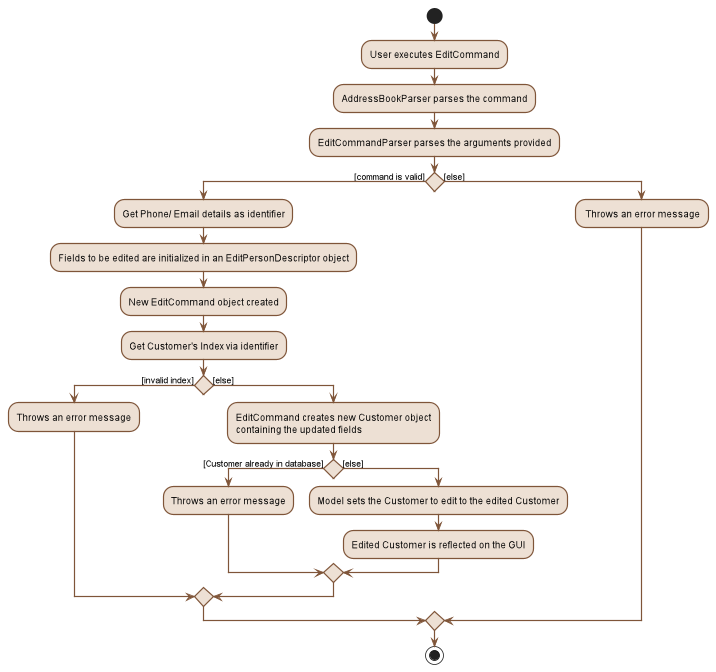
Above: docs/images/EditCommandActivityDiagram.png in nus-cs2103-AY2223S1/tp (PlantUML), before the change. Its diagram source:
```plantuml
@startuml
start
skinparam activityBorderThickness 1.5
skinparam activity {
    BorderColor #7F5539
    BackgroundColor #EDE0D4
    arrowColor #7F5539
}
:User executes EditCommand;
:AddressBookParser parses the command;
:EditCommandParser parses the arguments provided;
if () then ([command is valid])
    :Get Phone/ Email details as identifier;
    :Fields to be edited are initialized in an EditPersonDescriptor object;
    :New EditCommand object created;
    :Get Customer's Index via identifier;
    if () then ([invalid index])
        :Throws an error message;
    else ([else])
        :EditCommand creates new Customer object
        containing the updated fields;
        if () then ([Customer already in database])
            :Throws an error message;
        else ([else])
            :Model sets the Customer to edit to the edited Customer;
            :Edited Customer is reflected on the GUI;
        endif
    endif
else ([else])
    : Throws an error message;
endif
stop
@enduml
```
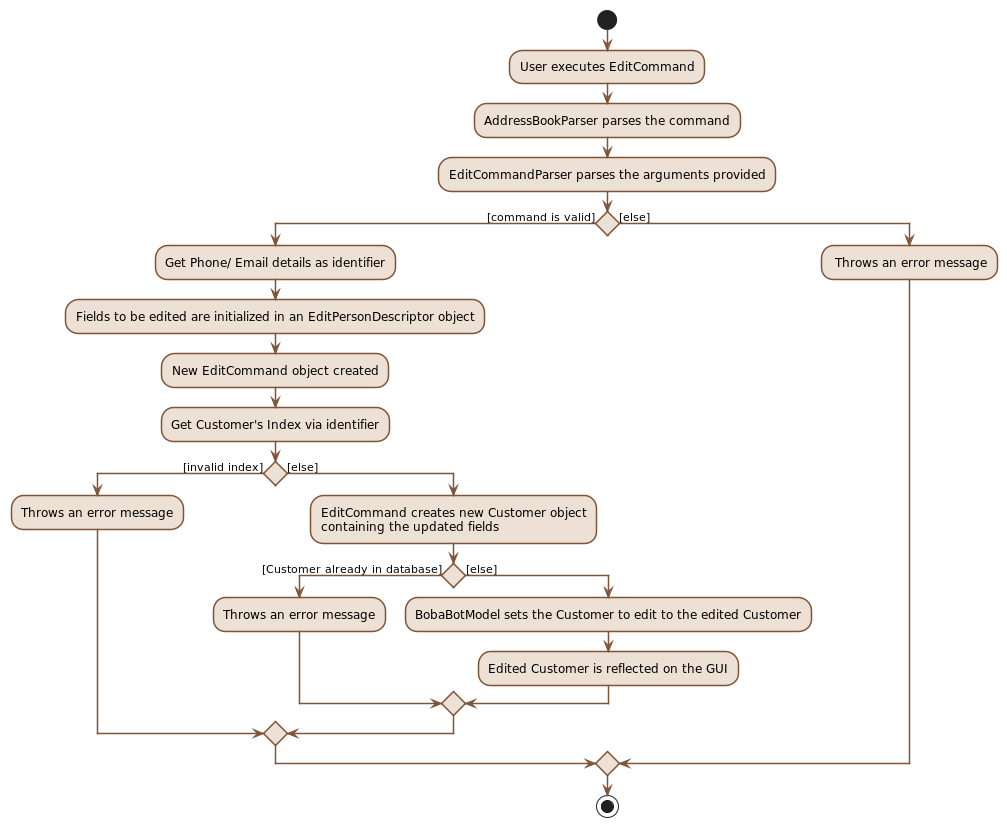
After the change.

Change to the diagram source:
```diff
@@ -22,7 +22,7 @@
         if () then ([Customer already in database])
             :Throws an error message;
         else ([else])
-            :Model sets the Customer to edit to the edited Customer;
+            :BobaBotModel sets the Customer to edit to the edited Customer;
             :Edited Customer is reflected on the GUI;
         endif
     endif
```
